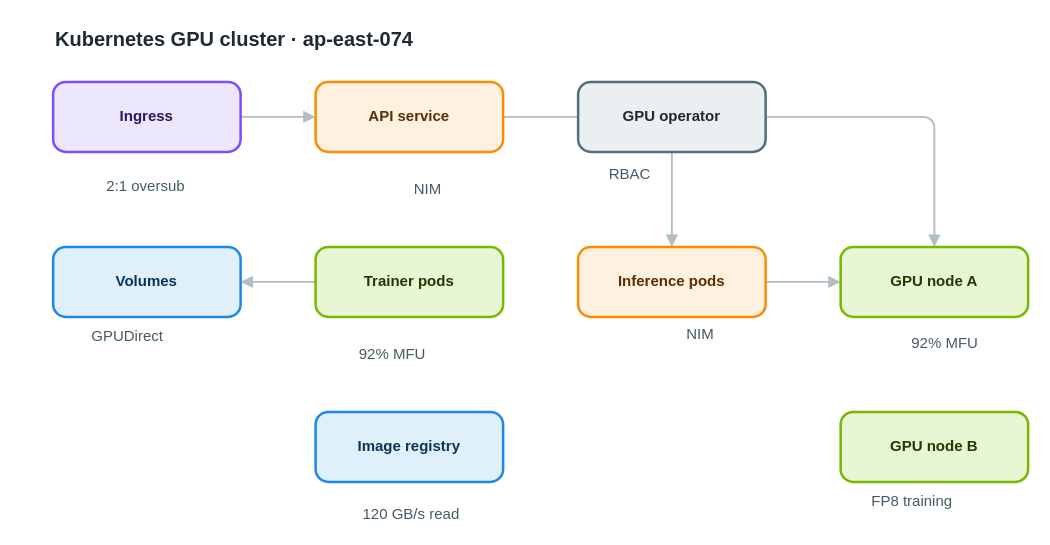
This is apps/web/public/samples/library/074-kubernetes-gpu-cluster.drawio from AryanG01/open-apprentice, a draw.io file, before an edit. Source tidied: cells renumbered, new cells numbered last; positions are measured from the earlier drawing's top-left corner, leaving out a move shared by most shapes. Both pictures are drawn from the tidied source at 125%, with x=0, y=0 at pixel (52, 21).
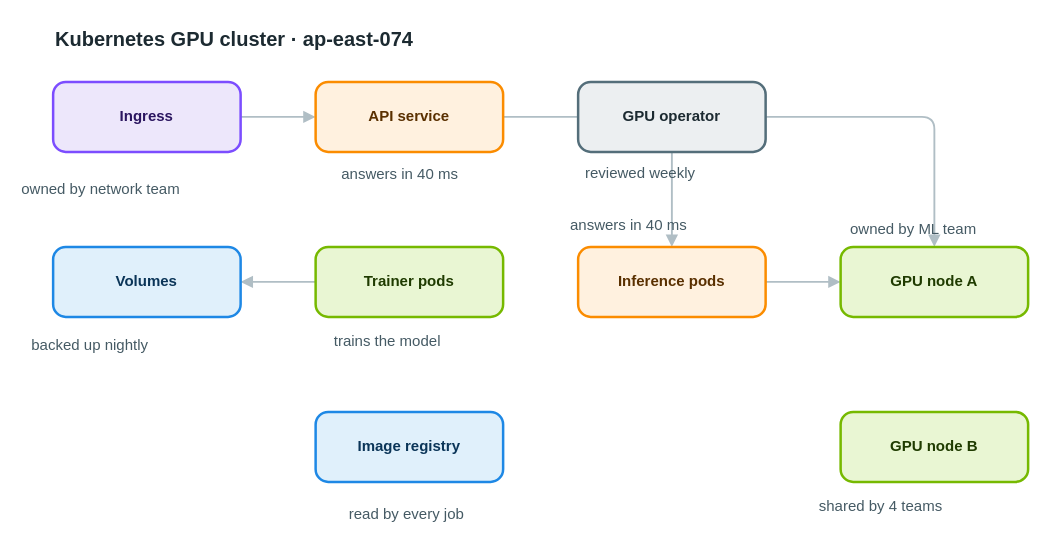
The same page after the edit.

The edit, as a diff of the source:
```diff
@@
-    <mxCell id="17" value="2:1 oversub" style="text;html=1;align=left;verticalAlign=top;whiteSpace=nowrap;spacing=0;spacingTop=0;strokeColor=none;fillColor=none;fontSize=12;fontColor=#455a64;" parent="1" vertex="1">
-      <mxGeometry x="43" y="120" width="89" height="20" as="geometry" />
+    <mxCell id="17" value="owned by network team" style="text;html=1;align=left;verticalAlign=top;whiteSpace=nowrap;spacing=0;spacingTop=0;strokeColor=none;fillColor=none;fontSize=12;fontColor=#455a64;" parent="1" vertex="1">
+      <mxGeometry x="-25" y="122" width="159" height="20" as="geometry" />
     </mxCell>
-    <mxCell id="18" value="NIM" style="text;html=1;align=left;verticalAlign=top;whiteSpace=nowrap;spacing=0;spacingTop=0;strokeColor=none;fillColor=none;fontSize=12;fontColor=#455a64;" parent="1" vertex="1">
-      <mxGeometry x="289" y="122" width="33" height="20" as="geometry" />
+    <mxCell id="18" value="answers in 40 ms" style="text;html=1;align=left;verticalAlign=top;whiteSpace=nowrap;spacing=0;spacingTop=0;strokeColor=none;fillColor=none;fontSize=12;fontColor=#455a64;" parent="1" vertex="1">
+      <mxGeometry x="231" y="110" width="124" height="20" as="geometry" />
     </mxCell>
-    <mxCell id="19" value="RBAC" style="text;html=1;align=left;verticalAlign=top;whiteSpace=nowrap;spacing=0;spacingTop=0;strokeColor=none;fillColor=none;fontSize=12;fontColor=#455a64;" parent="1" vertex="1">
-      <mxGeometry x="445" y="110" width="40" height="20" as="geometry" />
+    <mxCell id="19" value="reviewed weekly" style="text;html=1;align=left;verticalAlign=top;whiteSpace=nowrap;spacing=0;spacingTop=0;strokeColor=none;fillColor=none;fontSize=12;fontColor=#455a64;" parent="1" vertex="1">
+      <mxGeometry x="426" y="109" width="117" height="20" as="geometry" />
     </mxCell>
-    <mxCell id="20" value="92% MFU" style="text;html=1;align=left;verticalAlign=top;whiteSpace=nowrap;spacing=0;spacingTop=0;strokeColor=none;fillColor=none;fontSize=12;fontColor=#455a64;" parent="1" vertex="1">
-      <mxGeometry x="245" y="254" width="61" height="20" as="geometry" />
+    <mxCell id="20" value="trains the model" style="text;html=1;align=left;verticalAlign=top;whiteSpace=nowrap;spacing=0;spacingTop=0;strokeColor=none;fillColor=none;fontSize=12;fontColor=#455a64;" parent="1" vertex="1">
+      <mxGeometry x="225" y="244" width="124" height="20" as="geometry" />
     </mxCell>
-    <mxCell id="21" value="NIM" style="text;html=1;align=left;verticalAlign=top;whiteSpace=nowrap;spacing=0;spacingTop=0;strokeColor=none;fillColor=none;fontSize=12;fontColor=#455a64;" parent="1" vertex="1">
-      <mxGeometry x="507" y="238" width="33" height="20" as="geometry" />
+    <mxCell id="21" value="answers in 40 ms" style="text;html=1;align=left;verticalAlign=top;whiteSpace=nowrap;spacing=0;spacingTop=0;strokeColor=none;fillColor=none;fontSize=12;fontColor=#455a64;" parent="1" vertex="1">
+      <mxGeometry x="414" y="151" width="124" height="20" as="geometry" />
     </mxCell>
-    <mxCell id="22" value="92% MFU" style="text;html=1;align=left;verticalAlign=top;whiteSpace=nowrap;spacing=0;spacingTop=0;strokeColor=none;fillColor=none;fontSize=12;fontColor=#455a64;" parent="1" vertex="1">
-      <mxGeometry x="687" y="245" width="61" height="20" as="geometry" />
+    <mxCell id="22" value="owned by ML team" style="text;html=1;align=left;verticalAlign=top;whiteSpace=nowrap;spacing=0;spacingTop=0;strokeColor=none;fillColor=none;fontSize=12;fontColor=#455a64;" parent="1" vertex="1">
+      <mxGeometry x="638" y="154" width="124" height="20" as="geometry" />
     </mxCell>
-    <mxCell id="23" value="FP8 training" style="text;html=1;align=left;verticalAlign=top;whiteSpace=nowrap;spacing=0;spacingTop=0;strokeColor=none;fillColor=none;fontSize=12;fontColor=#455a64;" parent="1" vertex="1">
-      <mxGeometry x="655" y="372" width="96" height="20" as="geometry" />
+    <mxCell id="23" value="shared by 4 teams" style="text;html=1;align=left;verticalAlign=top;whiteSpace=nowrap;spacing=0;spacingTop=0;strokeColor=none;fillColor=none;fontSize=12;fontColor=#455a64;" parent="1" vertex="1">
+      <mxGeometry x="613" y="376" width="131" height="20" as="geometry" />
     </mxCell>
-    <mxCell id="24" value="GPUDirect" style="text;html=1;align=left;verticalAlign=top;whiteSpace=nowrap;spacing=0;spacingTop=0;strokeColor=none;fillColor=none;fontSize=12;fontColor=#455a64;" parent="1" vertex="1">
-      <mxGeometry x="31" y="240" width="75" height="20" as="geometry" />
+    <mxCell id="24" value="backed up nightly" style="text;html=1;align=left;verticalAlign=top;whiteSpace=nowrap;spacing=0;spacingTop=0;strokeColor=none;fillColor=none;fontSize=12;fontColor=#455a64;" parent="1" vertex="1">
+      <mxGeometry x="-17" y="247" width="131" height="20" as="geometry" />
     </mxCell>
-    <mxCell id="25" value="120 GB/s read" style="text;html=1;align=left;verticalAlign=top;whiteSpace=nowrap;spacing=0;spacingTop=0;strokeColor=none;fillColor=none;fontSize=12;fontColor=#455a64;" parent="1" vertex="1">
-      <mxGeometry x="248" y="382" width="103" height="20" as="geometry" />
+    <mxCell id="25" value="read by every job" style="text;html=1;align=left;verticalAlign=top;whiteSpace=nowrap;spacing=0;spacingTop=0;strokeColor=none;fillColor=none;fontSize=12;fontColor=#455a64;" parent="1" vertex="1">
+      <mxGeometry x="237" y="382" width="131" height="20" as="geometry" />
     </mxCell>
```
